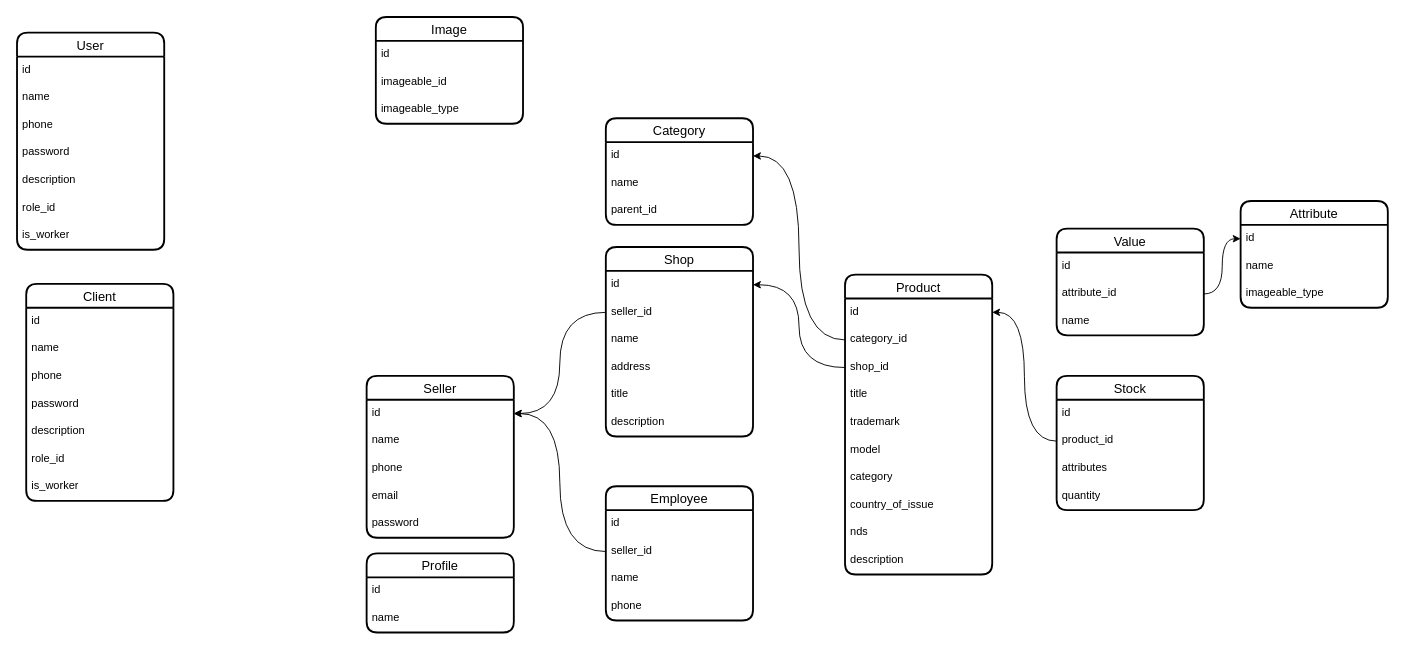
Above: karsoft-e-commerce.drawio in iztileuoff/databases (draw.io), before the change. Source tidied: cells renumbered, new cells numbered last; positions are measured from the earlier drawing's top-left corner, leaving out a move shared by most shapes. Both pictures are drawn from the tidied source at 92%, with x=0, y=0 at pixel (17, 17).
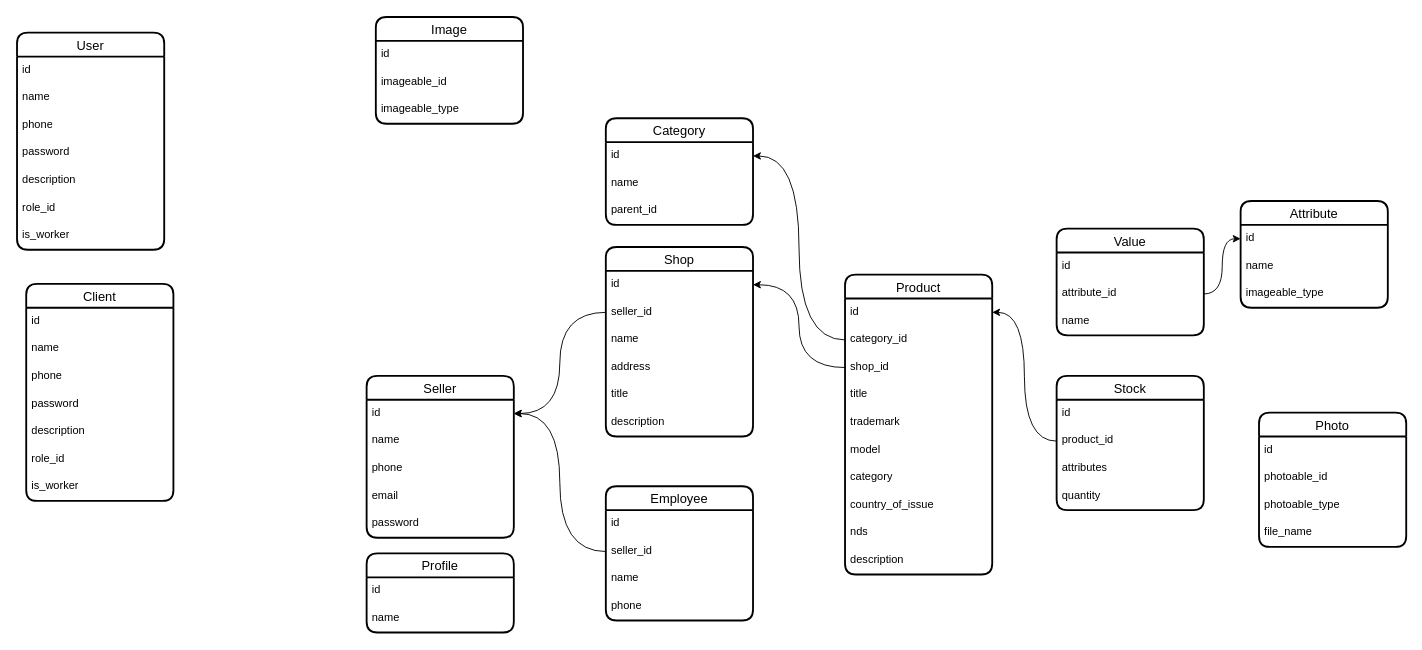
Above is the later version.

What changed in the source:
```diff
@@
+    <mxCell id="77" value="Photo" style="swimlane;fontStyle=0;horizontal=1;startSize=26;align=center;fontSize=14;strokeWidth=2;rounded=1;shadow=0;glass=0;swimlaneLine=1;" parent="1" vertex="1">
+      <mxGeometry x="1350" y="430" width="160" height="146" as="geometry" />
+    </mxCell>
+    <mxCell id="78" value="id" style="text;strokeColor=none;fillColor=none;spacingLeft=4;spacingRight=4;overflow=hidden;fontSize=12;whiteSpace=wrap;html=1;" parent="77" vertex="1">
+      <mxGeometry y="26" width="160" height="30" as="geometry" />
+    </mxCell>
+    <mxCell id="79" value="photoable_id" style="text;strokeColor=none;fillColor=none;spacingLeft=4;spacingRight=4;overflow=hidden;fontSize=12;whiteSpace=wrap;html=1;" parent="77" vertex="1">
+      <mxGeometry y="56" width="160" height="30" as="geometry" />
+    </mxCell>
+    <mxCell id="80" value="photoable_type" style="text;strokeColor=none;fillColor=none;spacingLeft=4;spacingRight=4;overflow=hidden;fontSize=12;whiteSpace=wrap;html=1;" parent="77" vertex="1">
+      <mxGeometry y="86" width="160" height="30" as="geometry" />
+    </mxCell>
+    <mxCell id="81" value="file_name" style="text;strokeColor=none;fillColor=none;spacingLeft=4;spacingRight=4;overflow=hidden;fontSize=12;whiteSpace=wrap;html=1;" parent="77" vertex="1">
+      <mxGeometry y="116" width="160" height="30" as="geometry" />
+    </mxCell>
```
